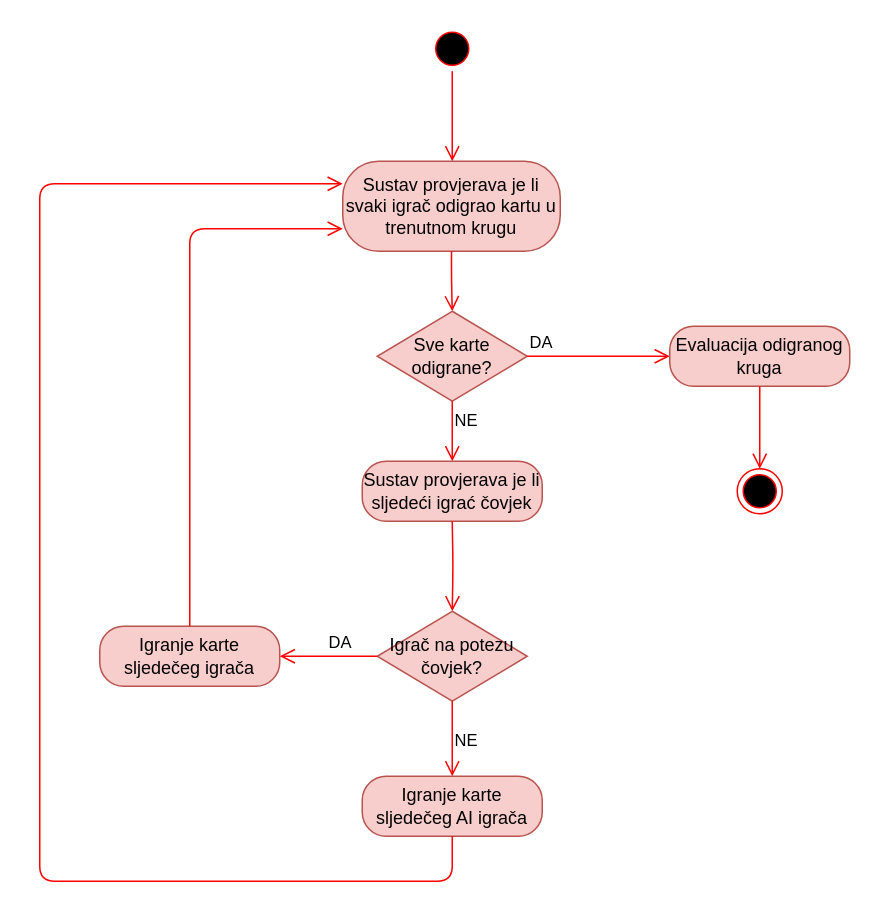
Earlier version of the draw.io diagram page "Activity: Igranje kruga" (6 of 11) of Dijagram.drawio (TheRealJoci/Tressette-Terminal-Card-Game). Source tidied: cells renumbered, new cells numbered last; positions are measured from the earlier drawing's top-left corner, leaving out a move shared by most shapes. Both pictures are drawn from the tidied source at 150%, with x=0, y=0 at pixel (39, 26).
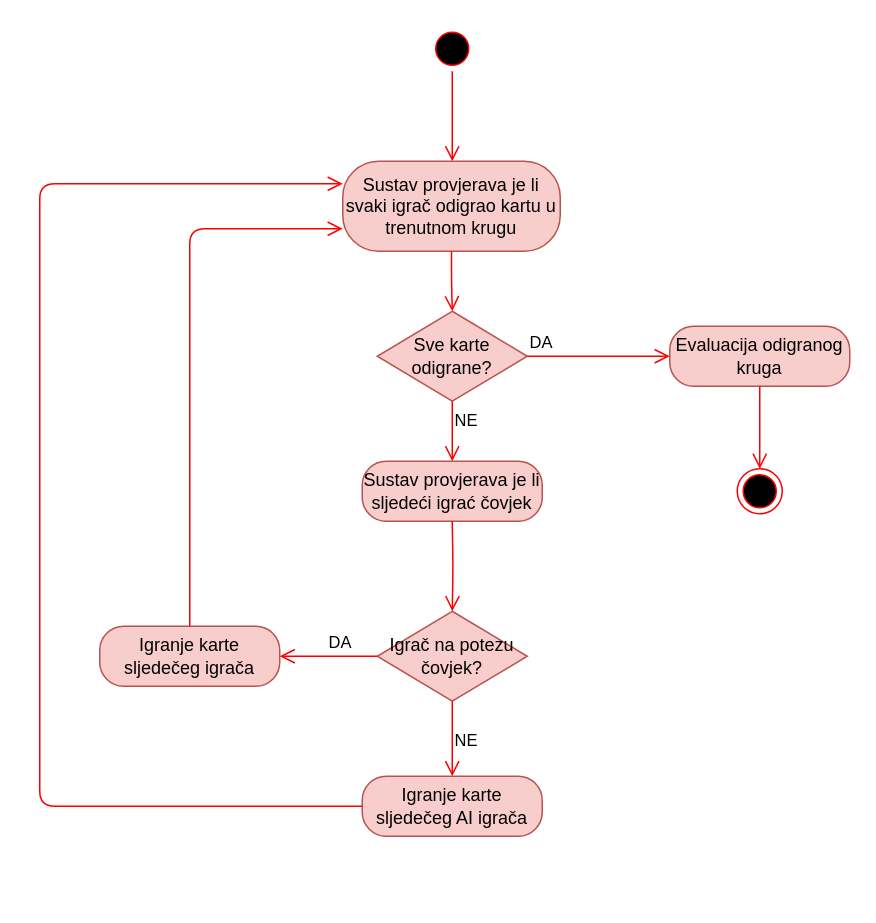
The same diagram, later.

Unchanged cells that the change refers to:
```xml
<mxCell id="4" value="Sustav provjerava je li svaki igrač odigrao kartu u trenutnom krugu" style="rounded=1;whiteSpace=wrap;html=1;arcSize=40;fillColor=#f8cecc;strokeColor=#b85450;" parent="1" vertex="1">
  <mxGeometry x="202" y="90" width="145" height="60" as="geometry" />
</mxCell>
<mxCell id="19" value="Igranje karte sljedečeg AI igrača" style="rounded=1;whiteSpace=wrap;html=1;arcSize=40;fillColor=#f8cecc;strokeColor=#b85450;" parent="1" vertex="1">
  <mxGeometry x="215" y="500" width="120" height="40" as="geometry" />
</mxCell>
```

Diff of the diagram source:
```diff
@@
-    <mxCell id="20" style="edgeStyle=orthogonalEdgeStyle;html=1;verticalAlign=bottom;endArrow=open;endSize=8;strokeColor=#ff0000;exitX=0.5;exitY=1;exitDx=0;exitDy=0;entryX=0;entryY=0.25;entryDx=0;entryDy=0;" parent="1" edge="1" source="19" target="4">
+    <mxCell id="20" style="edgeStyle=orthogonalEdgeStyle;html=1;verticalAlign=bottom;endArrow=open;endSize=8;strokeColor=#ff0000;exitX=0;exitY=0.5;exitDx=0;exitDy=0;entryX=0;entryY=0.25;entryDx=0;entryDy=0;" parent="1" edge="1" source="19" target="4">
       <mxGeometry relative="1" as="geometry">
         <Array as="points">
-          <mxPoint x="275" y="570" />
-          <mxPoint y="570" />
+          <mxPoint y="520" />
           <mxPoint y="105" />
         </Array>
       </mxGeometry>
     </mxCell>
```
